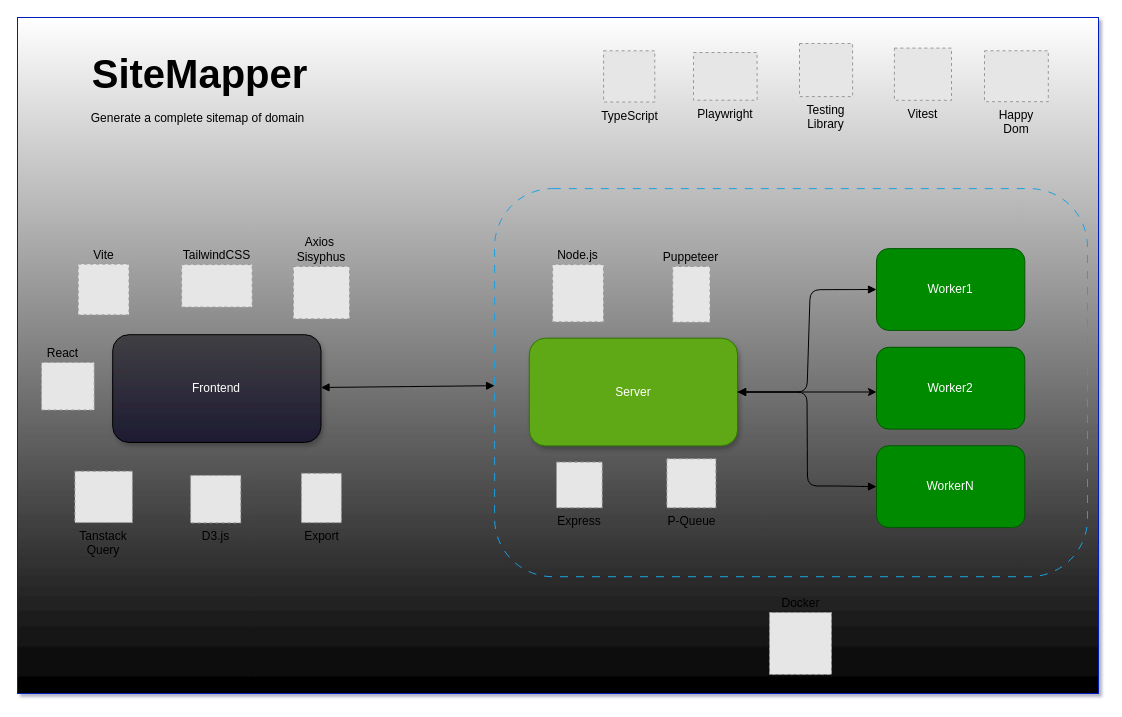
brunosduarte/project-web-crawler keeps this draw.io diagram as .github/diagram.drawio. Above is the earlier version. Source tidied: cells renumbered, new cells numbered last; positions are measured from the earlier drawing's top-left corner, leaving out a move shared by most shapes. Both pictures are drawn from the tidied source at 100%, with x=0, y=0 at pixel (17, 17). Pictures stored in the file or linked from it are replaced by grey dashed boxes.
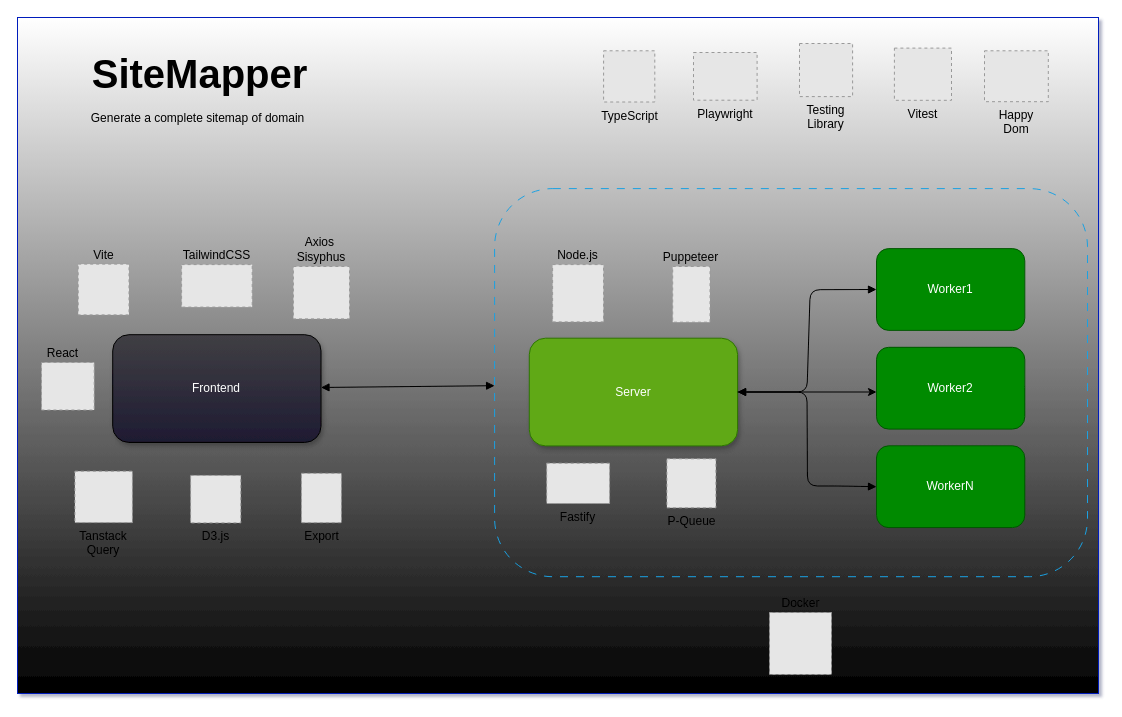
Above is the later version.

Commit message (it also covers changes not shown here):
update: diagram and guard test

Diff of the diagram source:
```diff
@@
-    <mxCell id="31" value="Express" style="fillColor=#E6E6E6;strokeColor=#999999;dashed=1;verticalLabelPosition=bottom;labelBackgroundColor=none;verticalAlign=top;whiteSpace=wrap;html=1;" parent="1" vertex="1">
-      <mxGeometry x="539" y="444.6" width="45.7" height="45.7" as="geometry" />
-    </mxCell>
@@
+    <mxCell id="33" value="Fastify" style="fillColor=#E6E6E6;strokeColor=#999999;dashed=1;verticalLabelPosition=bottom;labelBackgroundColor=none;verticalAlign=top;html=1;whiteSpace=wrap;" parent="1" vertex="1">
+      <mxGeometry x="529.2" y="445.7" width="62.9" height="40.3" as="geometry" />
+    </mxCell>
```
